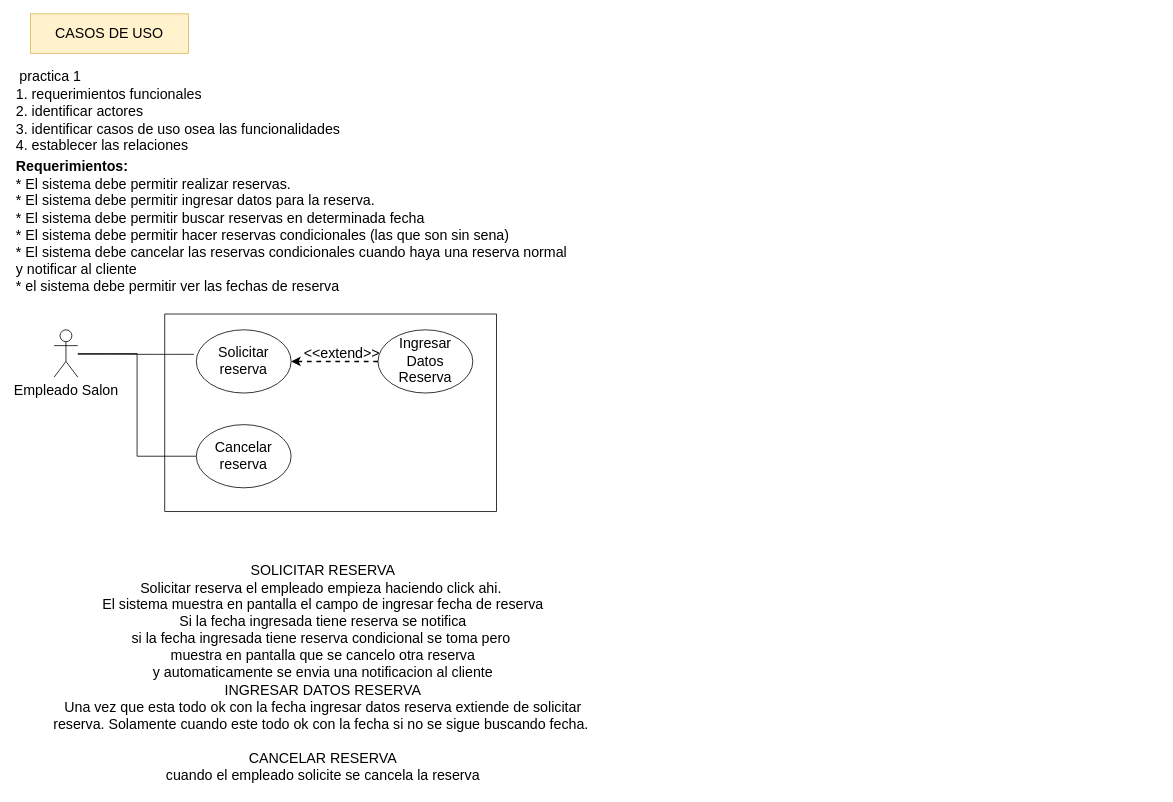
manuelapar/AnalisisDeSistema keeps this draw.io diagram as Diagrama sin título.drawio. Above is the earlier version. Source tidied: cells renumbered, new cells numbered last; positions are measured from the earlier drawing's top-left corner, leaving out a move shared by most shapes. Both pictures are drawn from the tidied source at 79%, with x=0, y=0 at pixel (14, 13).
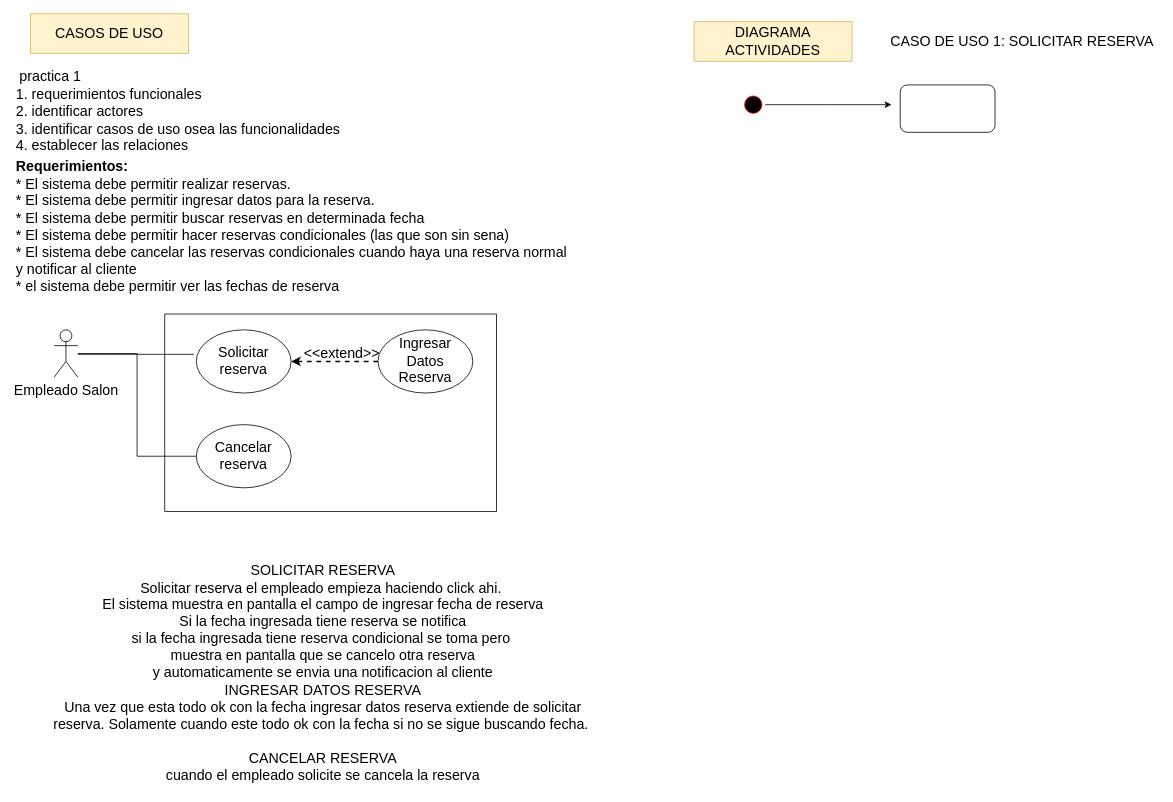
Above is the later version.

Change to the diagram source:
```diff
@@
+    <mxCell id="17" value="&lt;font style=&quot;font-size: 18px;&quot;&gt;DIAGRAMA ACTIVIDADES&lt;/font&gt;" style="text;html=1;strokeColor=#d6b656;fillColor=#fff2cc;align=center;verticalAlign=middle;whiteSpace=wrap;rounded=0;" parent="1" vertex="1">
+      <mxGeometry x="860" y="10" width="200" height="50" as="geometry" />
+    </mxCell>
+    <mxCell id="18" style="rounded=1;whiteSpace=wrap;html=1;fontSize=18;" parent="1" vertex="1">
+      <mxGeometry x="1121" y="90" width="120" height="60" as="geometry" />
+    </mxCell>
+    <mxCell id="19" style="edgeStyle=orthogonalEdgeStyle;rounded=0;jettySize=auto;html=1;fontSize=18;startArrow=none;startFill=0;endArrow=classic;endFill=1;strokeWidth=1;" parent="1" edge="1" source="20">
+      <mxGeometry relative="1" as="geometry">
+        <mxPoint x="1110" y="115" as="targetPoint" />
+      </mxGeometry>
+    </mxCell>
+    <mxCell id="20" style="ellipse;html=1;shape=startState;fillColor=#000000;strokeColor=#ff0000;fontSize=18;" parent="1" vertex="1">
+      <mxGeometry x="920" y="100" width="30" height="30" as="geometry" />
+    </mxCell>
+    <mxCell id="21" value="CASO DE USO 1: SOLICITAR RESERVA" style="text;html=1;align=center;verticalAlign=middle;strokeColor=none;fillColor=none;fontSize=18;" parent="1" vertex="1">
+      <mxGeometry x="1100" y="20" width="350" height="30" as="geometry" />
+    </mxCell>
```
